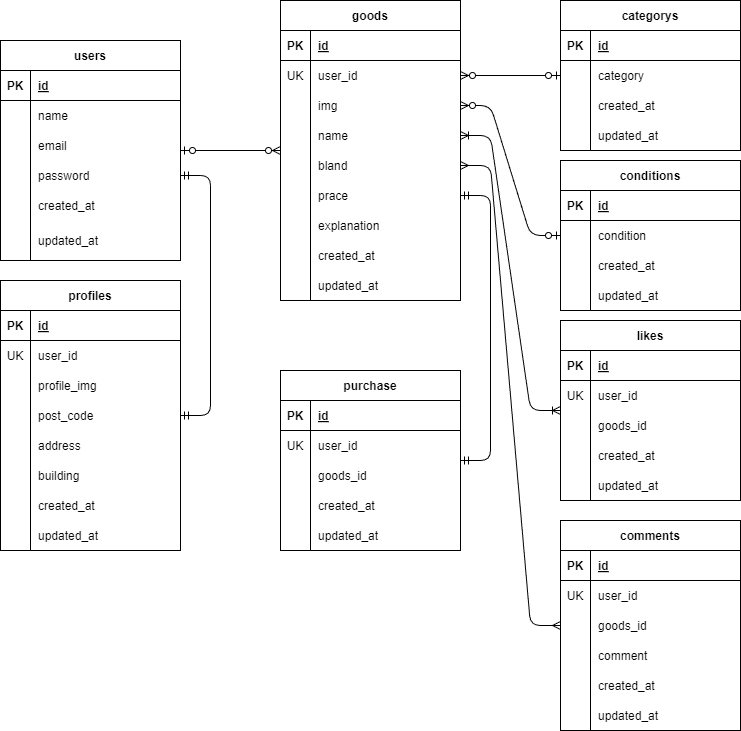
akito1012/coachtechFurima keeps this draw.io diagram as .drawio.png. Above is the earlier version. Source tidied: cells renumbered, new cells last; positions are measured from the earlier drawing's top-left corner, leaving out a move shared by most shapes.
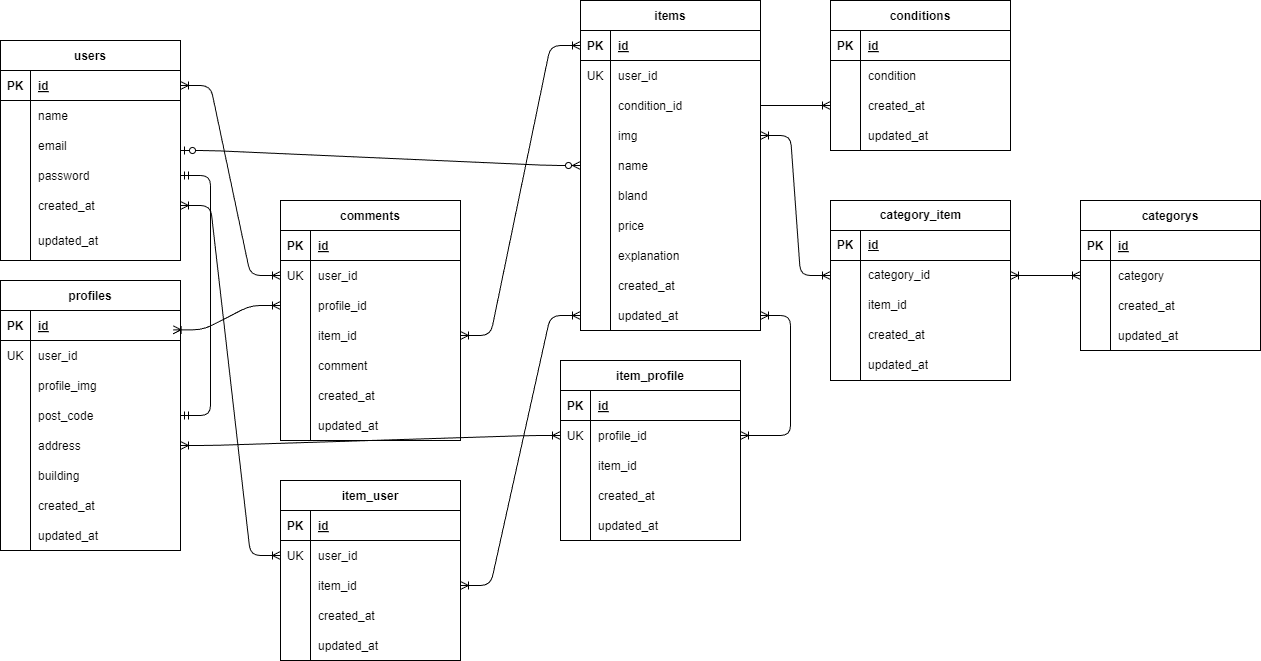
After the commit.

Change to the diagram source:
```diff
@@ -62,3 +62,3 @@
     <mxCell id="21" value="categorys" style="shape=table;startSize=30;rowLines=0;fontStyle=1;align=center;" parent="1" vertex="1">
-      <mxGeometry x="560" width="180" height="150" as="geometry" />
+      <mxGeometry x="1080" y="200" width="180" height="150" as="geometry" />
     </mxCell>
@@ -175,4 +175,4 @@
     </mxCell>
-    <mxCell id="59" value="goods" style="shape=table;startSize=30;rowLines=0;fontStyle=1;align=center;" parent="1" vertex="1">
-      <mxGeometry x="280" width="180" height="300" as="geometry" />
+    <mxCell id="59" value="items" style="shape=table;startSize=30;rowLines=0;fontStyle=1;align=center;" parent="1" vertex="1">
+      <mxGeometry x="580" width="180" height="330" as="geometry" />
     </mxCell>
@@ -202,3 +202,3 @@
     </mxCell>
-    <mxCell id="68" value="img" style="shape=partialRectangle;fillColor=none;top=0;left=0;bottom=0;right=0;align=left;spacingLeft=6;overflow=hidden;" parent="66" vertex="1">
+    <mxCell id="68" value="condition_id" style="shape=partialRectangle;fillColor=none;top=0;left=0;bottom=0;right=0;align=left;spacingLeft=6;overflow=hidden;" parent="66" vertex="1">
       <mxGeometry x="30" width="150" height="30" as="geometry" />
@@ -211,3 +211,3 @@
     </mxCell>
-    <mxCell id="71" value="name" style="shape=partialRectangle;fillColor=none;top=0;left=0;bottom=0;right=0;align=left;spacingLeft=6;overflow=hidden;" parent="69" vertex="1">
+    <mxCell id="71" value="img" style="shape=partialRectangle;fillColor=none;top=0;left=0;bottom=0;right=0;align=left;spacingLeft=6;overflow=hidden;" parent="69" vertex="1">
       <mxGeometry x="30" width="150" height="30" as="geometry" />
@@ -220,3 +220,3 @@
     </mxCell>
-    <mxCell id="74" value="bland" style="shape=partialRectangle;fillColor=none;top=0;left=0;bottom=0;right=0;align=left;spacingLeft=6;overflow=hidden;" parent="72" vertex="1">
+    <mxCell id="74" value="name" style="shape=partialRectangle;fillColor=none;top=0;left=0;bottom=0;right=0;align=left;spacingLeft=6;overflow=hidden;" parent="72" vertex="1">
       <mxGeometry x="30" width="150" height="30" as="geometry" />
@@ -229,3 +229,3 @@
     </mxCell>
-    <mxCell id="77" value="prace" style="shape=partialRectangle;fillColor=none;top=0;left=0;bottom=0;right=0;align=left;spacingLeft=6;overflow=hidden;" parent="75" vertex="1">
+    <mxCell id="77" value="bland" style="shape=partialRectangle;fillColor=none;top=0;left=0;bottom=0;right=0;align=left;spacingLeft=6;overflow=hidden;" parent="75" vertex="1">
       <mxGeometry x="30" width="150" height="30" as="geometry" />
@@ -238,3 +238,3 @@
     </mxCell>
-    <mxCell id="80" value="explanation" style="shape=partialRectangle;fillColor=none;top=0;left=0;bottom=0;right=0;align=left;spacingLeft=6;overflow=hidden;" parent="78" vertex="1">
+    <mxCell id="80" value="price" style="shape=partialRectangle;fillColor=none;top=0;left=0;bottom=0;right=0;align=left;spacingLeft=6;overflow=hidden;" parent="78" vertex="1">
       <mxGeometry x="30" width="150" height="30" as="geometry" />
@@ -247,3 +247,3 @@
     </mxCell>
-    <mxCell id="83" value="created_at" style="shape=partialRectangle;fillColor=none;top=0;left=0;bottom=0;right=0;align=left;spacingLeft=6;overflow=hidden;" parent="81" vertex="1">
+    <mxCell id="83" value="explanation" style="shape=partialRectangle;fillColor=none;top=0;left=0;bottom=0;right=0;align=left;spacingLeft=6;overflow=hidden;" parent="81" vertex="1">
       <mxGeometry x="30" width="150" height="30" as="geometry" />
@@ -256,7 +256,16 @@
     </mxCell>
-    <mxCell id="86" value="updated_at" style="shape=partialRectangle;fillColor=none;top=0;left=0;bottom=0;right=0;align=left;spacingLeft=6;overflow=hidden;" parent="84" vertex="1">
+    <mxCell id="86" value="created_at" style="shape=partialRectangle;fillColor=none;top=0;left=0;bottom=0;right=0;align=left;spacingLeft=6;overflow=hidden;" parent="84" vertex="1">
       <mxGeometry x="30" width="150" height="30" as="geometry" />
     </mxCell>
+    <mxCell id="158" style="shape=tableRow;horizontal=0;startSize=0;swimlaneHead=0;swimlaneBody=0;fillColor=none;points=[[0,0.5],[1,0.5]];portConstraint=eastwest;top=0;left=0;right=0;bottom=0;" parent="59" vertex="1">
+      <mxGeometry y="300" width="180" height="30" as="geometry" />
+    </mxCell>
+    <mxCell id="159" style="shape=partialRectangle;fillColor=none;top=0;left=0;bottom=0;right=0;overflow=hidden;" parent="158" vertex="1">
+      <mxGeometry width="30" height="30" as="geometry" />
+    </mxCell>
+    <mxCell id="160" value="updated_at" style="shape=partialRectangle;fillColor=none;top=0;left=0;bottom=0;right=0;align=left;spacingLeft=6;overflow=hidden;" parent="158" vertex="1">
+      <mxGeometry x="30" width="150" height="30" as="geometry" />
+    </mxCell>
     <mxCell id="87" value="comments" style="shape=table;startSize=30;rowLines=0;fontStyle=1;align=center;" parent="1" vertex="1">
-      <mxGeometry x="560" y="520" width="180" height="210" as="geometry" />
+      <mxGeometry x="280" y="200" width="180" height="240" as="geometry" />
     </mxCell>
@@ -286,3 +295,3 @@
     </mxCell>
-    <mxCell id="96" value="goods_id" style="shape=partialRectangle;fillColor=none;top=0;left=0;bottom=0;right=0;align=left;spacingLeft=6;overflow=hidden;" parent="94" vertex="1">
+    <mxCell id="96" value="profile_id" style="shape=partialRectangle;fillColor=none;top=0;left=0;bottom=0;right=0;align=left;spacingLeft=6;overflow=hidden;" parent="94" vertex="1">
       <mxGeometry x="30" width="150" height="30" as="geometry" />
@@ -295,3 +304,3 @@
     </mxCell>
-    <mxCell id="99" value="comment" style="shape=partialRectangle;fillColor=none;top=0;left=0;bottom=0;right=0;align=left;spacingLeft=6;overflow=hidden;" parent="97" vertex="1">
+    <mxCell id="99" value="item_id" style="shape=partialRectangle;fillColor=none;top=0;left=0;bottom=0;right=0;align=left;spacingLeft=6;overflow=hidden;" parent="97" vertex="1">
       <mxGeometry x="30" width="150" height="30" as="geometry" />
@@ -304,3 +313,3 @@
     </mxCell>
-    <mxCell id="102" value="created_at" style="shape=partialRectangle;fillColor=none;top=0;left=0;bottom=0;right=0;align=left;spacingLeft=6;overflow=hidden;" parent="100" vertex="1">
+    <mxCell id="102" value="comment" style="shape=partialRectangle;fillColor=none;top=0;left=0;bottom=0;right=0;align=left;spacingLeft=6;overflow=hidden;" parent="100" vertex="1">
       <mxGeometry x="30" width="150" height="30" as="geometry" />
@@ -313,7 +322,16 @@
     </mxCell>
-    <mxCell id="105" value="updated_at" style="shape=partialRectangle;fillColor=none;top=0;left=0;bottom=0;right=0;align=left;spacingLeft=6;overflow=hidden;" parent="103" vertex="1">
+    <mxCell id="105" value="created_at" style="shape=partialRectangle;fillColor=none;top=0;left=0;bottom=0;right=0;align=left;spacingLeft=6;overflow=hidden;" parent="103" vertex="1">
       <mxGeometry x="30" width="150" height="30" as="geometry" />
     </mxCell>
+    <mxCell id="161" style="shape=tableRow;horizontal=0;startSize=0;swimlaneHead=0;swimlaneBody=0;fillColor=none;top=0;left=0;right=0;bottom=0;" parent="87" vertex="1">
+      <mxGeometry y="210" width="180" height="30" as="geometry" />
+    </mxCell>
+    <mxCell id="162" style="shape=partialRectangle;fillColor=none;top=0;left=0;bottom=0;right=0;overflow=hidden;" parent="161" vertex="1">
+      <mxGeometry width="30" height="30" as="geometry" />
+    </mxCell>
+    <mxCell id="163" value="updated_at" style="shape=partialRectangle;fillColor=none;top=0;left=0;bottom=0;right=0;align=left;spacingLeft=6;overflow=hidden;" parent="161" vertex="1">
+      <mxGeometry x="30" width="150" height="30" as="geometry" />
+    </mxCell>
     <mxCell id="106" value="conditions" style="shape=table;startSize=30;rowLines=0;fontStyle=1;align=center;" parent="1" vertex="1">
-      <mxGeometry x="560" y="160" width="180" height="150" as="geometry" />
+      <mxGeometry x="830" width="180" height="150" as="geometry" />
     </mxCell>
@@ -355,4 +373,4 @@
     </mxCell>
-    <mxCell id="119" value="likes" style="shape=table;startSize=30;rowLines=0;fontStyle=1;align=center;" parent="1" vertex="1">
-      <mxGeometry x="560" y="320" width="180" height="180" as="geometry" />
+    <mxCell id="119" value="item_user" style="shape=table;startSize=30;rowLines=0;fontStyle=1;align=center;" parent="1" vertex="1">
+      <mxGeometry x="280" y="480" width="180" height="180" as="geometry" />
     </mxCell>
@@ -382,3 +400,3 @@
     </mxCell>
-    <mxCell id="128" value="goods_id" style="shape=partialRectangle;fillColor=none;top=0;left=0;bottom=0;right=0;align=left;spacingLeft=6;overflow=hidden;" parent="126" vertex="1">
+    <mxCell id="128" value="item_id" style="shape=partialRectangle;fillColor=none;top=0;left=0;bottom=0;right=0;align=left;spacingLeft=6;overflow=hidden;" parent="126" vertex="1">
       <mxGeometry x="30" width="150" height="30" as="geometry" />
@@ -403,8 +421,2 @@
     </mxCell>
-    <mxCell id="135" style="edgeStyle=entityRelationEdgeStyle;fontSize=12;html=1;endArrow=ERzeroToMany;startArrow=ERzeroToOne;" parent="1" edge="1" source="25" target="63">
-      <mxGeometry relative="1" as="geometry" />
-    </mxCell>
-    <mxCell id="136" style="edgeStyle=entityRelationEdgeStyle;fontSize=12;html=1;endArrow=ERzeroToMany;startArrow=ERzeroToOne;" parent="1" edge="1" source="110" target="66">
-      <mxGeometry relative="1" as="geometry" />
-    </mxCell>
     <mxCell id="137" style="edgeStyle=entityRelationEdgeStyle;fontSize=12;html=1;endArrow=ERmandOne;startArrow=ERmandOne;" parent="1" edge="1" source="34" target="12">
@@ -412,8 +424,2 @@
     </mxCell>
-    <mxCell id="138" style="edgeStyle=entityRelationEdgeStyle;fontSize=12;html=1;endArrow=ERoneToMany;startArrow=ERoneToMany;" parent="1" edge="1" source="69" target="119">
-      <mxGeometry relative="1" as="geometry" />
-    </mxCell>
-    <mxCell id="139" style="edgeStyle=entityRelationEdgeStyle;fontSize=12;html=1;endArrow=ERmany;startArrow=ERmany;" parent="1" edge="1" source="72" target="87">
-      <mxGeometry relative="1" as="geometry" />
-    </mxCell>
     <mxCell id="140" style="edgeStyle=entityRelationEdgeStyle;fontSize=12;html=1;endArrow=ERzeroToMany;startArrow=ERzeroToOne;" parent="1" edge="1" source="2" target="59">
@@ -421,4 +427,4 @@
     </mxCell>
-    <mxCell id="141" value="purchase" style="shape=table;startSize=30;rowLines=0;fontStyle=1;align=center;" parent="1" vertex="1">
-      <mxGeometry x="280" y="370" width="180" height="180" as="geometry" />
+    <mxCell id="141" value="item_profile" style="shape=table;startSize=30;rowLines=0;fontStyle=1;align=center;" parent="1" vertex="1">
+      <mxGeometry x="560" y="360" width="180" height="180" as="geometry" />
     </mxCell>
@@ -439,3 +445,3 @@
     </mxCell>
-    <mxCell id="147" value="user_id" style="shape=partialRectangle;fillColor=none;top=0;left=0;bottom=0;right=0;align=left;spacingLeft=6;overflow=hidden;" parent="145" vertex="1">
+    <mxCell id="147" value="profile_id" style="shape=partialRectangle;fillColor=none;top=0;left=0;bottom=0;right=0;align=left;spacingLeft=6;overflow=hidden;" parent="145" vertex="1">
       <mxGeometry x="30" width="150" height="30" as="geometry" />
@@ -448,3 +454,3 @@
     </mxCell>
-    <mxCell id="150" value="goods_id" style="shape=partialRectangle;fillColor=none;top=0;left=0;bottom=0;right=0;align=left;spacingLeft=6;overflow=hidden;" parent="148" vertex="1">
+    <mxCell id="150" value="item_id" style="shape=partialRectangle;fillColor=none;top=0;left=0;bottom=0;right=0;align=left;spacingLeft=6;overflow=hidden;" parent="148" vertex="1">
       <mxGeometry x="30" width="150" height="30" as="geometry" />
@@ -469,5 +475,87 @@
     </mxCell>
-    <mxCell id="157" style="edgeStyle=entityRelationEdgeStyle;fontSize=12;html=1;endArrow=ERmandOne;startArrow=ERmandOne;" parent="1" edge="1" source="141" target="75">
-      <mxGeometry relative="1" as="geometry" />
-    </mxCell>
+    <mxCell id="164" value="category_item" style="shape=table;startSize=30;rowLines=0;fontStyle=1;align=center;html=1;" parent="1" vertex="1">
+      <mxGeometry x="830" y="200" width="180" height="180" as="geometry" />
+    </mxCell>
+    <mxCell id="165" style="shape=tableRow;horizontal=0;startSize=0;swimlaneHead=0;swimlaneBody=0;fillColor=none;top=0;left=0;right=0;bottom=1;" parent="164" vertex="1">
+      <mxGeometry y="30" width="180" height="30" as="geometry" />
+    </mxCell>
+    <mxCell id="166" value="PK" style="shape=partialRectangle;fillColor=none;top=0;left=0;bottom=0;right=0;fontStyle=1;overflow=hidden;whiteSpace=wrap;html=1;" parent="165" vertex="1">
+      <mxGeometry width="30" height="30" as="geometry" />
+    </mxCell>
+    <mxCell id="167" value="id" style="shape=partialRectangle;fillColor=none;top=0;left=0;bottom=0;right=0;align=left;spacingLeft=6;fontStyle=5;overflow=hidden;whiteSpace=wrap;html=1;" parent="165" vertex="1">
+      <mxGeometry x="30" width="150" height="30" as="geometry" />
+    </mxCell>
+    <mxCell id="168" style="shape=tableRow;horizontal=0;startSize=0;swimlaneHead=0;swimlaneBody=0;fillColor=none;points=[[0,0.5],[1,0.5]];portConstraint=eastwest;top=0;left=0;right=0;bottom=0;" parent="164" vertex="1">
+      <mxGeometry y="60" width="180" height="30" as="geometry" />
+    </mxCell>
+    <mxCell id="169" style="shape=partialRectangle;fillColor=none;top=0;left=0;bottom=0;right=0;overflow=hidden;whiteSpace=wrap;html=1;" parent="168" vertex="1">
+      <mxGeometry width="30" height="30" as="geometry" />
+    </mxCell>
+    <mxCell id="170" value="category_id" style="shape=partialRectangle;fillColor=none;top=0;left=0;bottom=0;right=0;align=left;spacingLeft=6;overflow=hidden;whiteSpace=wrap;html=1;" parent="168" vertex="1">
+      <mxGeometry x="30" width="150" height="30" as="geometry" />
+    </mxCell>
+    <mxCell id="171" style="shape=tableRow;horizontal=0;startSize=0;swimlaneHead=0;swimlaneBody=0;fillColor=none;top=0;left=0;right=0;bottom=0;" parent="164" vertex="1">
+      <mxGeometry y="90" width="180" height="30" as="geometry" />
+    </mxCell>
+    <mxCell id="172" style="shape=partialRectangle;fillColor=none;top=0;left=0;bottom=0;right=0;overflow=hidden;whiteSpace=wrap;html=1;" parent="171" vertex="1">
+      <mxGeometry width="30" height="30" as="geometry" />
+    </mxCell>
+    <mxCell id="173" value="item_id" style="shape=partialRectangle;fillColor=none;top=0;left=0;bottom=0;right=0;align=left;spacingLeft=6;overflow=hidden;whiteSpace=wrap;html=1;" parent="171" vertex="1">
+      <mxGeometry x="30" width="150" height="30" as="geometry" />
+    </mxCell>
+    <mxCell id="174" style="shape=tableRow;horizontal=0;startSize=0;swimlaneHead=0;swimlaneBody=0;fillColor=none;top=0;left=0;right=0;bottom=0;" parent="164" vertex="1">
+      <mxGeometry y="120" width="180" height="30" as="geometry" />
+    </mxCell>
+    <mxCell id="175" style="shape=partialRectangle;fillColor=none;top=0;left=0;bottom=0;right=0;overflow=hidden;whiteSpace=wrap;html=1;" parent="174" vertex="1">
+      <mxGeometry width="30" height="30" as="geometry" />
+    </mxCell>
+    <mxCell id="176" value="created_at" style="shape=partialRectangle;fillColor=none;top=0;left=0;bottom=0;right=0;align=left;spacingLeft=6;overflow=hidden;whiteSpace=wrap;html=1;" parent="174" vertex="1">
+      <mxGeometry x="30" width="150" height="30" as="geometry" />
+    </mxCell>
+    <mxCell id="177" style="shape=tableRow;horizontal=0;startSize=0;swimlaneHead=0;swimlaneBody=0;fillColor=none;top=0;left=0;right=0;bottom=0;" parent="164" vertex="1">
+      <mxGeometry y="150" width="180" height="30" as="geometry" />
+    </mxCell>
+    <mxCell id="178" style="shape=partialRectangle;fillColor=none;top=0;left=0;bottom=0;right=0;overflow=hidden;whiteSpace=wrap;html=1;" parent="177" vertex="1">
+      <mxGeometry width="30" height="30" as="geometry" />
+    </mxCell>
+    <mxCell id="179" value="updated_at" style="shape=partialRectangle;fillColor=none;top=0;left=0;bottom=0;right=0;align=left;spacingLeft=6;overflow=hidden;whiteSpace=wrap;html=1;" parent="177" vertex="1">
+      <mxGeometry x="30" width="150" height="30" as="geometry" />
+    </mxCell>
+    <mxCell id="180" style="edgeStyle=entityRelationEdgeStyle;fontSize=12;html=1;endArrow=ERoneToMany;entryX=0;entryY=0.5;entryDx=0;entryDy=0;" parent="1" edge="1" source="66" target="113">
+      <mxGeometry relative="1" as="geometry">
+        <Array as="points">
+          <mxPoint x="600" y="190" />
+          <mxPoint x="790" y="130" />
+          <mxPoint x="830" y="90" />
+          <mxPoint x="610" y="190" />
+        </Array>
+      </mxGeometry>
+    </mxCell>
+    <mxCell id="181" style="edgeStyle=entityRelationEdgeStyle;fontSize=12;html=1;endArrow=ERoneToMany;startArrow=ERoneToMany;entryX=0;entryY=0.5;entryDx=0;entryDy=0;" parent="1" edge="1" source="69" target="168">
+      <mxGeometry relative="1" as="geometry" />
+    </mxCell>
+    <mxCell id="182" style="edgeStyle=entityRelationEdgeStyle;fontSize=12;html=1;endArrow=ERoneToMany;startArrow=ERoneToMany;" parent="1" edge="1" source="168" target="25">
+      <mxGeometry relative="1" as="geometry" />
+    </mxCell>
+    <mxCell id="183" style="edgeStyle=entityRelationEdgeStyle;fontSize=12;html=1;endArrow=ERoneToMany;startArrow=ERoneToMany;" parent="1" edge="1" source="47" target="145">
+      <mxGeometry relative="1" as="geometry" />
+    </mxCell>
+    <mxCell id="184" style="edgeStyle=entityRelationEdgeStyle;fontSize=12;html=1;endArrow=ERoneToMany;startArrow=ERoneToMany;" parent="1" edge="1" source="145" target="158">
+      <mxGeometry relative="1" as="geometry" />
+    </mxCell>
+    <mxCell id="185" style="edgeStyle=entityRelationEdgeStyle;fontSize=12;html=1;endArrow=ERoneToMany;startArrow=ERoneToMany;" parent="1" edge="1" source="123" target="15">
+      <mxGeometry relative="1" as="geometry" />
+    </mxCell>
+    <mxCell id="186" style="edgeStyle=entityRelationEdgeStyle;fontSize=12;html=1;endArrow=ERoneToMany;startArrow=ERoneToMany;" parent="1" edge="1" source="126" target="158">
+      <mxGeometry relative="1" as="geometry" />
+    </mxCell>
+    <mxCell id="187" style="edgeStyle=entityRelationEdgeStyle;fontSize=12;html=1;endArrow=ERoneToMany;startArrow=ERoneToMany;exitX=0.959;exitY=0.644;exitDx=0;exitDy=0;exitPerimeter=0;" parent="1" edge="1" source="35" target="94">
+      <mxGeometry relative="1" as="geometry" />
+    </mxCell>
+    <mxCell id="188" style="edgeStyle=entityRelationEdgeStyle;fontSize=12;html=1;endArrow=ERoneToMany;startArrow=ERoneToMany;" parent="1" edge="1" source="3" target="91">
+      <mxGeometry relative="1" as="geometry" />
+    </mxCell>
+    <mxCell id="189" style="edgeStyle=entityRelationEdgeStyle;fontSize=12;html=1;endArrow=ERoneToMany;startArrow=ERoneToMany;" parent="1" edge="1" source="97" target="60">
+      <mxGeometry relative="1" as="geometry" />
+    </mxCell>
   </root>
```
